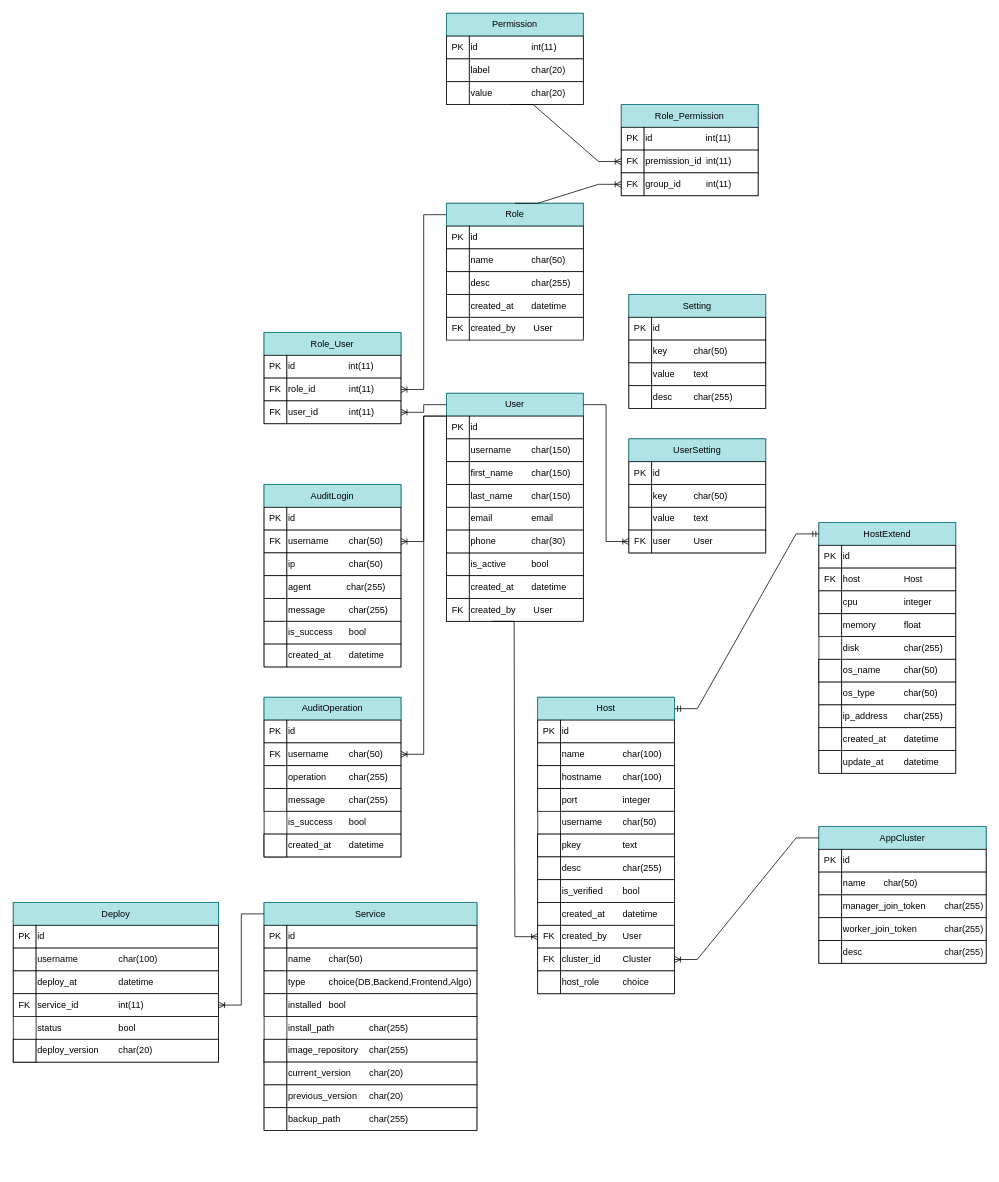
The draw.io diagram 思创运维平台数据库设计.drawio in yihezhou/diagrams, before the edit. Source tidied: cells renumbered, new cells numbered last; positions are measured from the earlier drawing's top-left corner, leaving out a move shared by most shapes. Both pictures are drawn from the tidied source at 76%, with x=0, y=0 at pixel (13, 13).
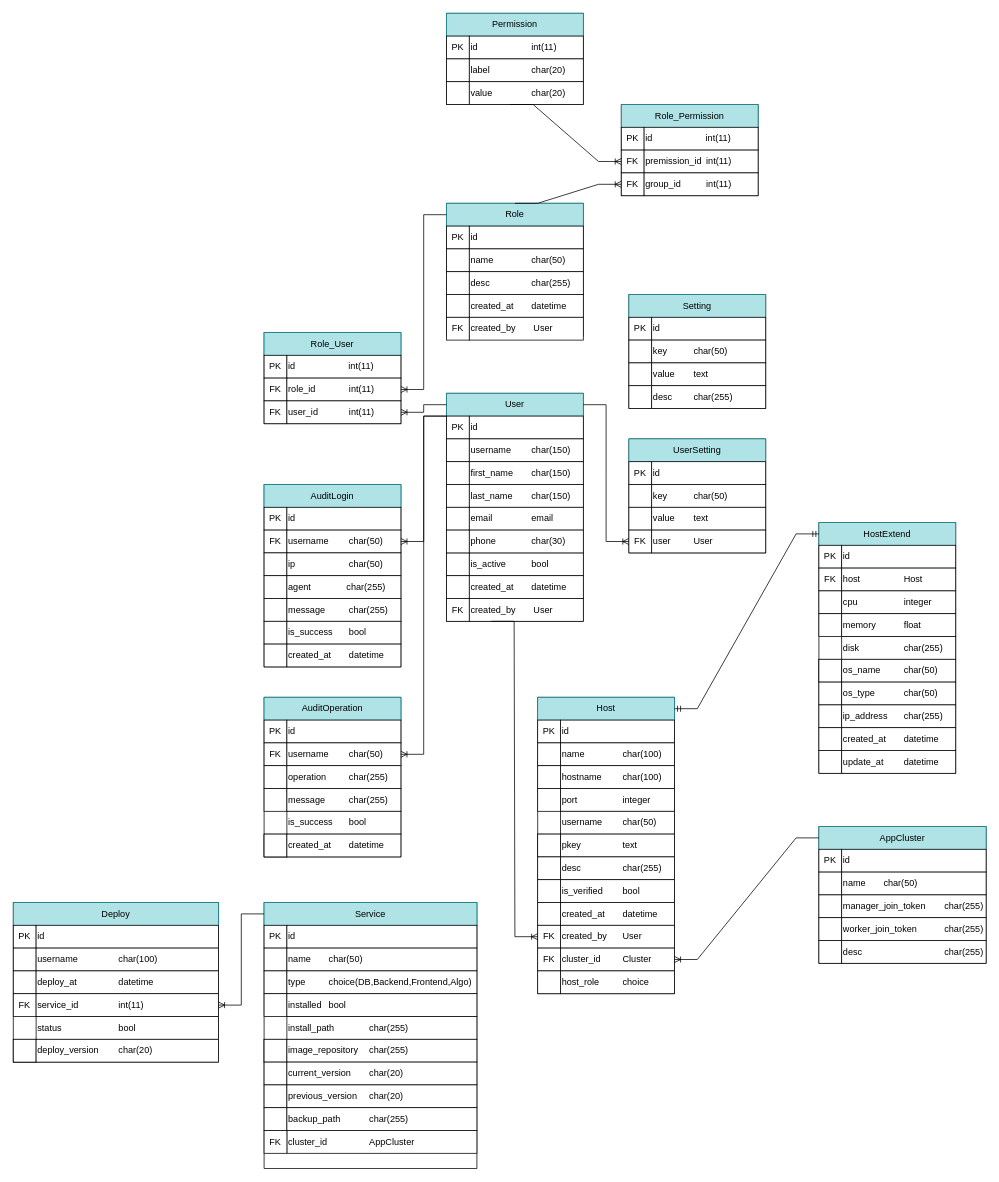
The same page after the edit.

Commit message:
更新思创运维平台数据库设计.drawio

Diff of the diagram source:
```diff
@@
     <mxCell id="178" style="swimlane;startSize=0;" parent="1" vertex="1">
-      <mxGeometry x="330" y="1170" width="280" height="300" as="geometry" />
+      <mxGeometry x="330" y="1170" width="280" height="350" as="geometry" />
     </mxCell>
@@
+    <mxCell id="213" value="cluster_id&lt;span style=&quot;white-space: pre;&quot;&gt;&#9;&lt;/span&gt;&lt;span style=&quot;white-space: pre;&quot;&gt;&#9;&lt;/span&gt;&lt;span style=&quot;white-space: pre;&quot;&gt;&#9;&lt;/span&gt;AppCluster" style="rounded=0;whiteSpace=wrap;html=1;align=left;" parent="178" vertex="1">
+      <mxGeometry x="30" y="300" width="250" height="30" as="geometry" />
+    </mxCell>
+    <mxCell id="214" value="FK" style="rounded=0;whiteSpace=wrap;html=1;" parent="178" vertex="1">
+      <mxGeometry y="300" width="30" height="30" as="geometry" />
+    </mxCell>
```
